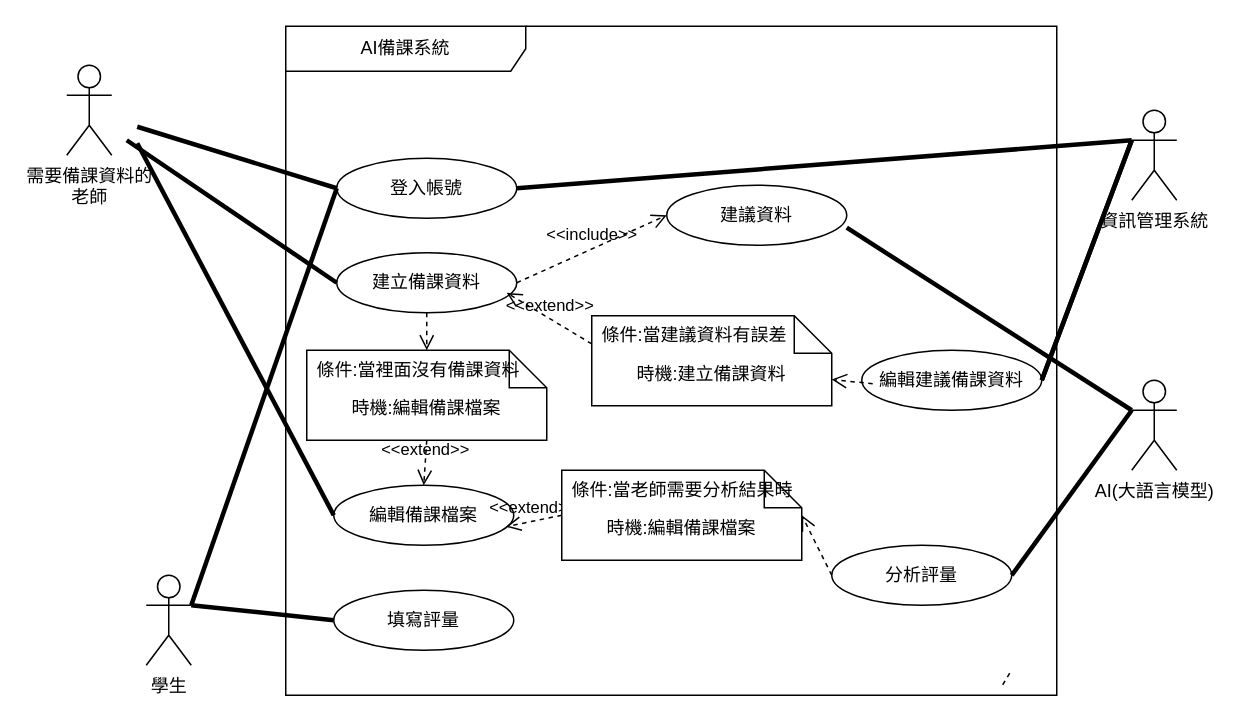
This is 使用個案圖-簡.drawio from Kevincheng0804/System-analysis, a draw.io file, before an edit. Source tidied: cells renumbered, new cells numbered last; positions are measured from the earlier drawing's top-left corner, leaving out a move shared by most shapes. Both pictures are drawn from the tidied source at 150%, with x=0, y=0 at pixel (66, 26).
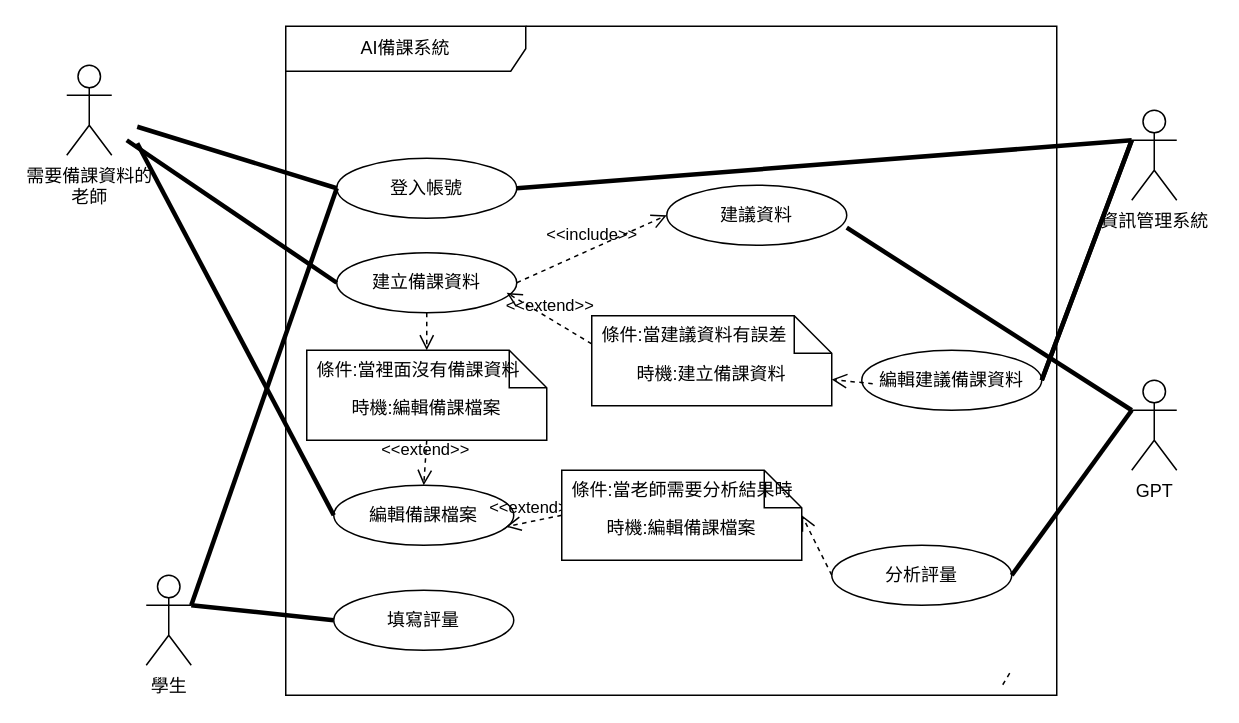
Above is the later version.

Diff of the diagram source:
```diff
@@
-    <mxCell id="27" value="AI(大語言模型)" style="shape=umlActor;verticalLabelPosition=bottom;verticalAlign=top;html=1;" parent="1" vertex="1">
+    <mxCell id="27" value="GPT" style="shape=umlActor;verticalLabelPosition=bottom;verticalAlign=top;html=1;" parent="1" vertex="1">
       <mxGeometry x="710" y="236" width="30" height="60" as="geometry" />
     </mxCell>
```
